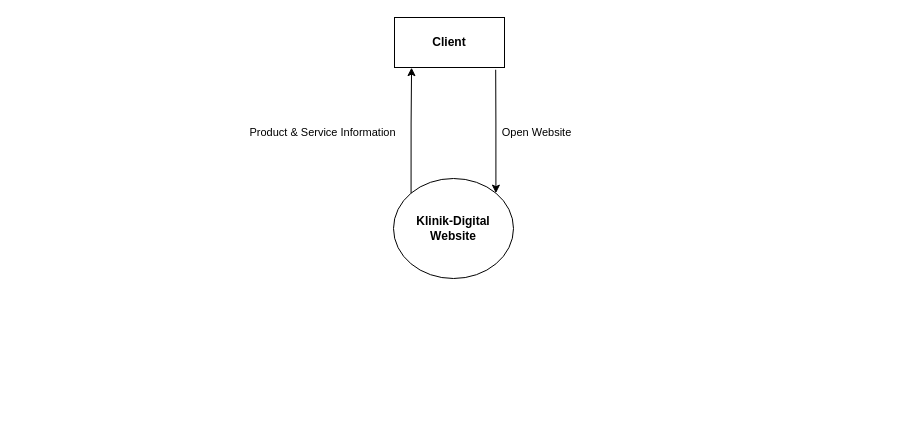
Before: DFD-Klinik-Digital-lvl1.drawio in rrahmatn/dfd_erd_uml, a draw.io diagram. Source tidied: cells renumbered, new cells numbered last; positions are measured from the earlier drawing's top-left corner, leaving out a move shared by most shapes. Both pictures are drawn from the tidied source at 100%, with x=0, y=0 at pixel (237, 17).
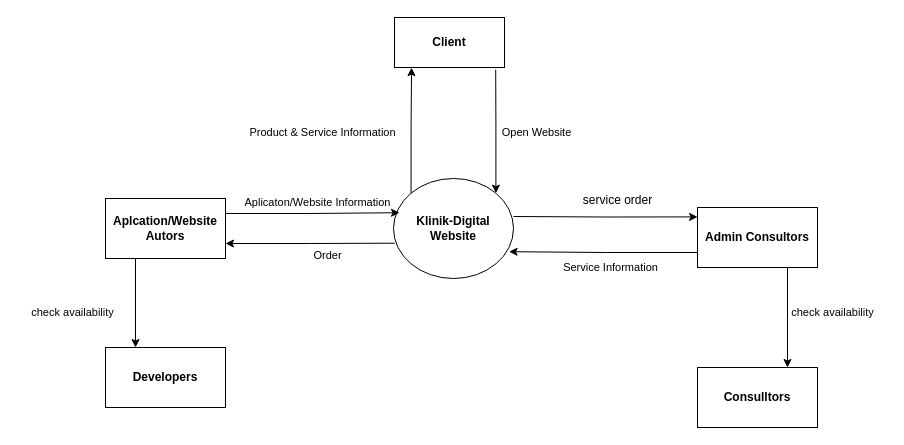
The same page after the edit.

The change refers to these unchanged cells:
```xml
<mxCell id="3" value="&lt;b&gt;Klinik-Digital Website&lt;/b&gt;" style="ellipse;whiteSpace=wrap;html=1;" parent="1" vertex="1">
  <mxGeometry x="156" y="161" width="120" height="100" as="geometry" />
</mxCell>
```

The edit, as a diff of the source:
```diff
@@
+    <mxCell id="8" style="edgeStyle=orthogonalEdgeStyle;rounded=0;jettySize=auto;html=1;exitX=0.75;exitY=1;exitDx=0;exitDy=0;entryX=0.75;entryY=0;entryDx=0;entryDy=0;" parent="1" edge="1" source="9" target="22">
+      <mxGeometry relative="1" as="geometry" />
+    </mxCell>
+    <mxCell id="9" value="&lt;b&gt;Admin Consultors&lt;/b&gt;" style="rounded=0;whiteSpace=wrap;html=1;" parent="1" vertex="1">
+      <mxGeometry x="460" y="190" width="120" height="60" as="geometry" />
+    </mxCell>
+    <mxCell id="10" style="edgeStyle=orthogonalEdgeStyle;rounded=0;orthogonalLoop=1;jettySize=auto;html=1;exitX=1;exitY=0.5;exitDx=0;exitDy=0;entryX=0.001;entryY=0.356;entryDx=0;entryDy=0;entryPerimeter=0;" parent="1" edge="1">
+      <mxGeometry relative="1" as="geometry">
+        <mxPoint x="276" y="199" as="sourcePoint" />
+        <mxPoint x="460.1" y="199.4" as="targetPoint" />
+      </mxGeometry>
+    </mxCell>
+    <mxCell id="11" value="service order" style="text;html=1;align=center;verticalAlign=middle;strokeColor=none;fillColor=none;" parent="1" vertex="1">
+      <mxGeometry x="335" y="168" width="90" height="30" as="geometry" />
+    </mxCell>
+    <mxCell id="12" style="edgeStyle=orthogonalEdgeStyle;rounded=0;jettySize=auto;html=1;exitX=0;exitY=0.75;exitDx=0;exitDy=0;entryX=0.963;entryY=0.732;entryDx=0;entryDy=0;entryPerimeter=0;" parent="1" edge="1" source="9" target="3">
+      <mxGeometry relative="1" as="geometry" />
+    </mxCell>
+    <mxCell id="13" value="&lt;font style=&quot;font-size: 11px;&quot;&gt;Service Information&lt;br&gt;&lt;/font&gt;" style="text;html=1;align=center;verticalAlign=middle;strokeColor=none;fillColor=none;" parent="1" vertex="1">
+      <mxGeometry x="313" y="235" width="120" height="30" as="geometry" />
+    </mxCell>
+    <mxCell id="14" style="edgeStyle=orthogonalEdgeStyle;rounded=0;jettySize=auto;html=1;exitX=0.25;exitY=1;exitDx=0;exitDy=0;entryX=0.25;entryY=0;entryDx=0;entryDy=0;" parent="1" edge="1" source="15" target="20">
+      <mxGeometry relative="1" as="geometry" />
+    </mxCell>
+    <mxCell id="15" value="&lt;b&gt;Aplcation/Website&lt;br&gt;Autors&lt;/b&gt;" style="rounded=0;whiteSpace=wrap;html=1;" parent="1" vertex="1">
+      <mxGeometry x="-132" y="181" width="120" height="60" as="geometry" />
+    </mxCell>
+    <mxCell id="16" style="edgeStyle=orthogonalEdgeStyle;rounded=0;jettySize=auto;html=1;exitX=1;exitY=0.25;exitDx=0;exitDy=0;entryX=0.05;entryY=0.342;entryDx=0;entryDy=0;entryPerimeter=0;" parent="1" edge="1" source="15" target="3">
+      <mxGeometry relative="1" as="geometry" />
+    </mxCell>
+    <mxCell id="17" style="edgeStyle=orthogonalEdgeStyle;rounded=0;jettySize=auto;html=1;exitX=1;exitY=0.75;exitDx=0;exitDy=0;entryX=0.01;entryY=0.647;entryDx=0;entryDy=0;entryPerimeter=0;startArrow=classic;startFill=1;endArrow=none;endFill=0;" parent="1" edge="1" source="15" target="3">
+      <mxGeometry relative="1" as="geometry" />
+    </mxCell>
+    <mxCell id="18" value="&lt;font style=&quot;font-size: 11px;&quot;&gt;Order&lt;/font&gt;" style="text;html=1;align=center;verticalAlign=middle;strokeColor=none;fillColor=none;" parent="1" vertex="1">
+      <mxGeometry x="65" y="223" width="50" height="30" as="geometry" />
+    </mxCell>
+    <mxCell id="19" value="&lt;font style=&quot;font-size: 11px;&quot;&gt;Aplicaton/Website Information&lt;/font&gt;" style="text;html=1;align=center;verticalAlign=middle;strokeColor=none;fillColor=none;" parent="1" vertex="1">
+      <mxGeometry x="-5" y="170" width="170" height="30" as="geometry" />
+    </mxCell>
+    <mxCell id="20" value="&lt;b&gt;Developers&lt;/b&gt;" style="rounded=0;whiteSpace=wrap;html=1;" parent="1" vertex="1">
+      <mxGeometry x="-132" y="330" width="120" height="60" as="geometry" />
+    </mxCell>
+    <mxCell id="21" value="&lt;font style=&quot;font-size: 11px;&quot;&gt;check availability&lt;/font&gt;" style="text;html=1;align=center;verticalAlign=middle;strokeColor=none;fillColor=none;" parent="1" vertex="1">
+      <mxGeometry x="-220" y="280" width="110" height="30" as="geometry" />
+    </mxCell>
+    <mxCell id="22" value="&lt;b&gt;Consulltors&lt;/b&gt;" style="rounded=0;whiteSpace=wrap;html=1;" parent="1" vertex="1">
+      <mxGeometry x="460" y="350" width="120" height="60" as="geometry" />
+    </mxCell>
+    <mxCell id="23" value="&lt;font style=&quot;font-size: 11px;&quot;&gt;check availability&lt;/font&gt;" style="text;html=1;align=center;verticalAlign=middle;strokeColor=none;fillColor=none;" parent="1" vertex="1">
+      <mxGeometry x="540" y="280" width="110" height="30" as="geometry" />
+    </mxCell>
```
